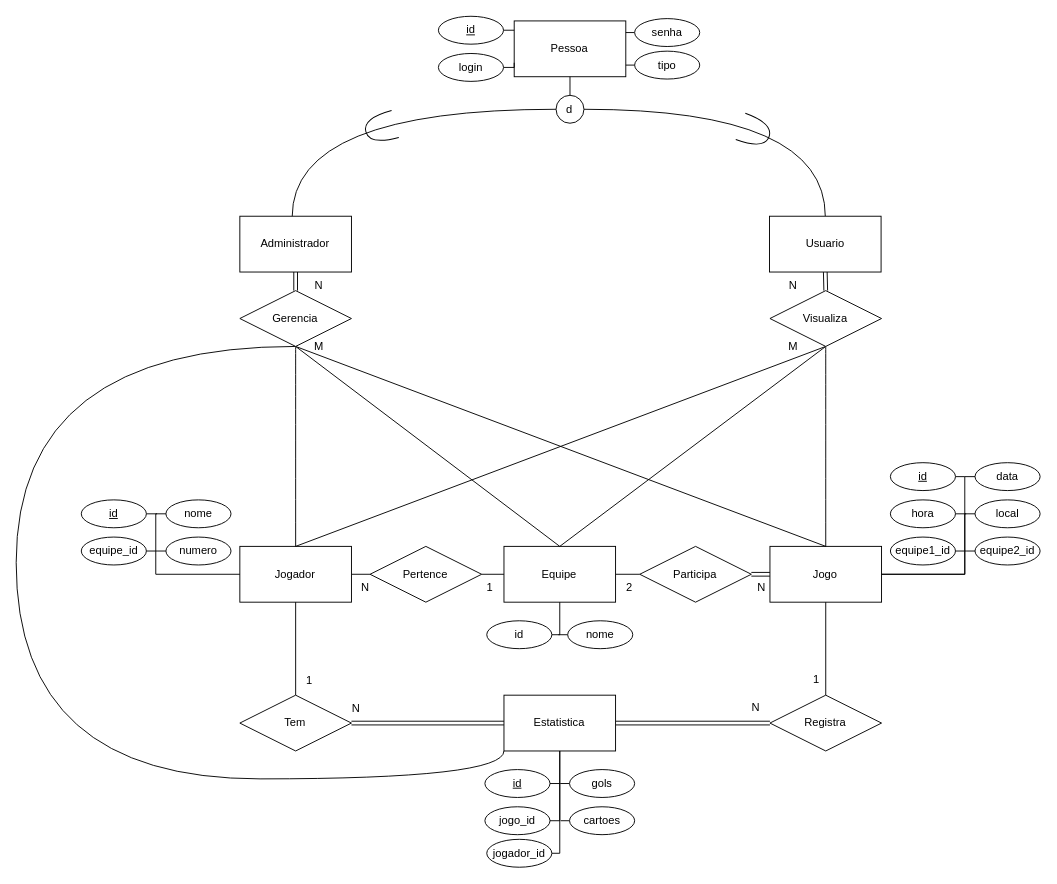
This is CBFManager.drawio from VitoReis/CBFManager, a draw.io file, before an edit. Source tidied: cells renumbered, new cells numbered last; positions are measured from the earlier drawing's top-left corner, leaving out a move shared by most shapes. Both pictures are drawn from the tidied source at 93%, with x=0, y=0 at pixel (16, 16).
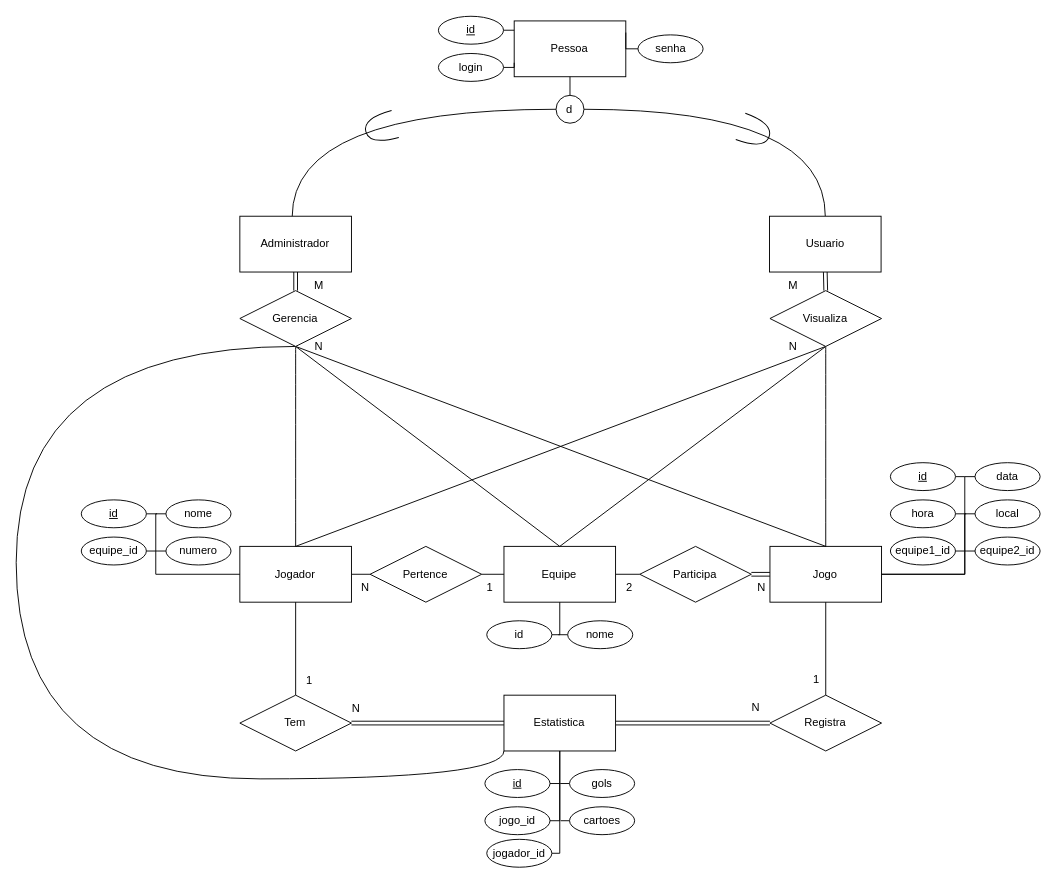
The same diagram, later.

What changed in the source:
```diff
@@
     <mxCell id="53" value="senha" style="ellipse;whiteSpace=wrap;html=1;" parent="1" vertex="1">
-      <mxGeometry x="664.9" y="2.5" width="70" height="30" as="geometry" />
+      <mxGeometry x="668.5" y="20" width="70" height="30" as="geometry" />
     </mxCell>
@@
-    <mxCell id="71" style="edgeStyle=orthogonalEdgeStyle;rounded=0;jettySize=auto;html=1;exitX=0;exitY=0.5;exitDx=0;exitDy=0;endArrow=none;startFill=0;" parent="1" edge="1" source="72">
-      <mxGeometry relative="1" as="geometry">
-        <mxPoint x="655.4" y="52.5" as="targetPoint" />
-      </mxGeometry>
-    </mxCell>
-    <mxCell id="72" value="&lt;div&gt;tipo&lt;/div&gt;" style="ellipse;whiteSpace=wrap;html=1;" parent="1" vertex="1">
-      <mxGeometry x="664.9" y="37.5" width="70" height="30" as="geometry" />
-    </mxCell>
@@
-    <mxCell id="81" value="N" style="text;html=1;align=center;verticalAlign=middle;strokeColor=none;fillColor=none;" parent="1" vertex="1">
+    <mxCell id="81" value="M" style="text;html=1;align=center;verticalAlign=middle;strokeColor=none;fillColor=none;" parent="1" vertex="1">
       <mxGeometry x="310" y="275" width="30" height="30" as="geometry" />
     </mxCell>
-    <mxCell id="82" value="M" style="text;html=1;align=center;verticalAlign=middle;strokeColor=none;fillColor=none;" parent="1" vertex="1">
+    <mxCell id="82" value="N" style="text;html=1;align=center;verticalAlign=middle;strokeColor=none;fillColor=none;" parent="1" vertex="1">
       <mxGeometry x="310" y="340" width="30" height="30" as="geometry" />
     </mxCell>
-    <mxCell id="83" value="N" style="text;html=1;align=center;verticalAlign=middle;strokeColor=none;fillColor=none;" parent="1" vertex="1">
+    <mxCell id="83" value="M" style="text;html=1;align=center;verticalAlign=middle;strokeColor=none;fillColor=none;" parent="1" vertex="1">
       <mxGeometry x="820" y="275" width="30" height="30" as="geometry" />
     </mxCell>
-    <mxCell id="84" value="M" style="text;html=1;align=center;verticalAlign=middle;strokeColor=none;fillColor=none;" parent="1" vertex="1">
+    <mxCell id="84" value="N" style="text;html=1;align=center;verticalAlign=middle;strokeColor=none;fillColor=none;" parent="1" vertex="1">
       <mxGeometry x="820" y="340" width="30" height="30" as="geometry" />
     </mxCell>
```
